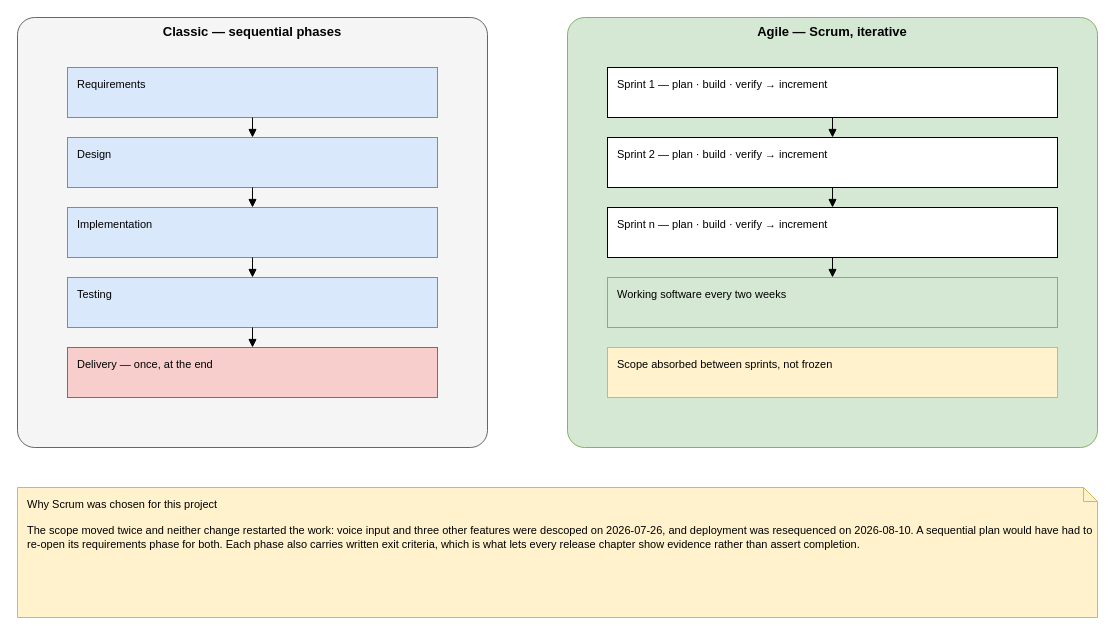
The draw.io diagram diagrams/fig-1-2-waterfall-vs-agile/fig-1-2-waterfall-vs-agile.drawio in inkwell-dev/spec.inkwell.ai, before the edit. Source tidied: cells renumbered, new cells numbered last; positions are measured from the earlier drawing's top-left corner, leaving out a move shared by most shapes. Both pictures are drawn from the tidied source at 100%, with x=0, y=0 at pixel (17, 17).
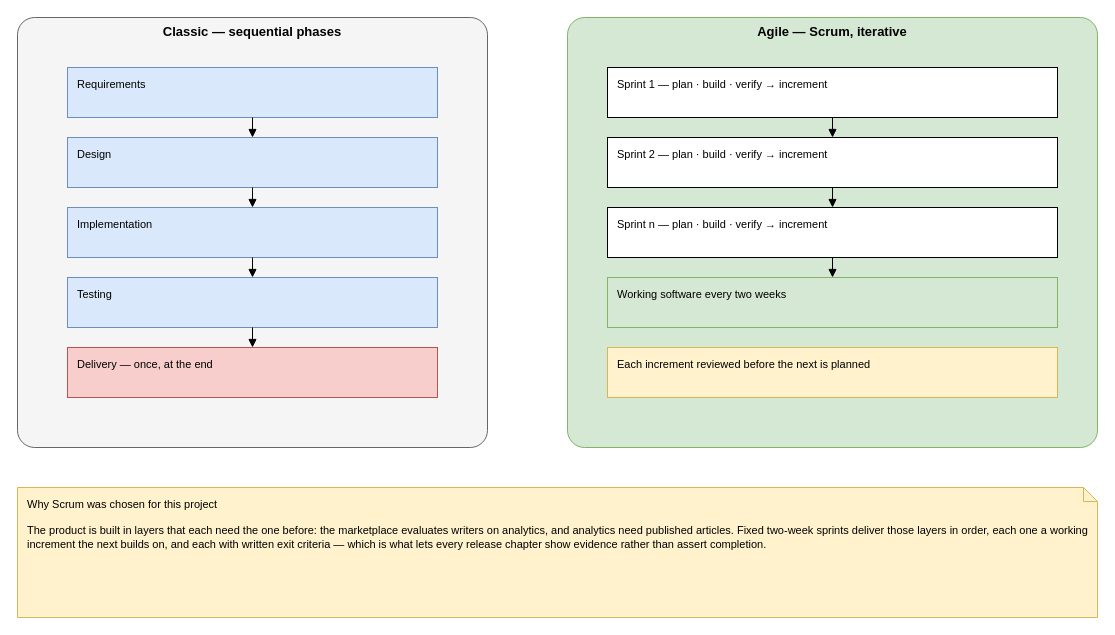
The same page after the edit.

Commit message (it also covers changes not shown here):
docs(diagrams): fig-1-2 argues for Scrum from the product's layering

The case for Scrum now rests on how the product is built: each layer needs the
one before (the marketplace evaluates writers on analytics, and analytics need
published articles), so fixed two-week sprints deliver those layers in order,
each a working increment with written exit criteria. The box about absorbing
scope becomes "each increment reviewed before the next is planned".

Change to the diagram source:
```diff
@@
-    <mxCell id="13" value="Scope absorbed between sprints, not frozen" style="rounded=0;whiteSpace=wrap;html=1;verticalAlign=top;align=left;spacingLeft=8;spacingTop=4;fontSize=11;fillColor=#FFF2CC;strokeColor=#D6B656;" parent="1" vertex="1">
+    <mxCell id="13" value="Each increment reviewed before the next is planned" style="rounded=0;whiteSpace=wrap;html=1;verticalAlign=top;align=left;spacingLeft=8;spacingTop=4;fontSize=11;fillColor=#FFF2CC;strokeColor=#D6B656;" parent="1" vertex="1">
       <mxGeometry x="590" y="330" width="450" height="50" as="geometry" />
     </mxCell>
-    <mxCell id="14" value="Why Scrum was chosen for this project&lt;br&gt;&lt;br&gt;The scope moved twice and neither change restarted the work: voice input and three other features were descoped on 2026-07-26, and deployment was resequenced on 2026-08-10. A sequential plan would have had to re-open its requirements phase for both. Each phase also carries written exit criteria, which is what lets every release chapter show evidence rather than assert completion." style="shape=note;whiteSpace=wrap;html=1;size=14;fontSize=11;align=left;verticalAlign=top;spacingLeft=8;spacingTop=4;fillColor=#FFF2CC;strokeColor=#D6B656;" parent="1" vertex="1">
+    <mxCell id="14" value="Why Scrum was chosen for this project&lt;br&gt;&lt;br&gt;The product is built in layers that each need the one before: the marketplace evaluates writers on analytics, and analytics need published articles. Fixed two-week sprints deliver those layers in order, each one a working increment the next builds on, and each with written exit criteria — which is what lets every release chapter show evidence rather than assert completion." style="shape=note;whiteSpace=wrap;html=1;size=14;fontSize=11;align=left;verticalAlign=top;spacingLeft=8;spacingTop=4;fillColor=#FFF2CC;strokeColor=#D6B656;" parent="1" vertex="1">
       <mxGeometry y="470" width="1080" height="130" as="geometry" />
     </mxCell>
```
